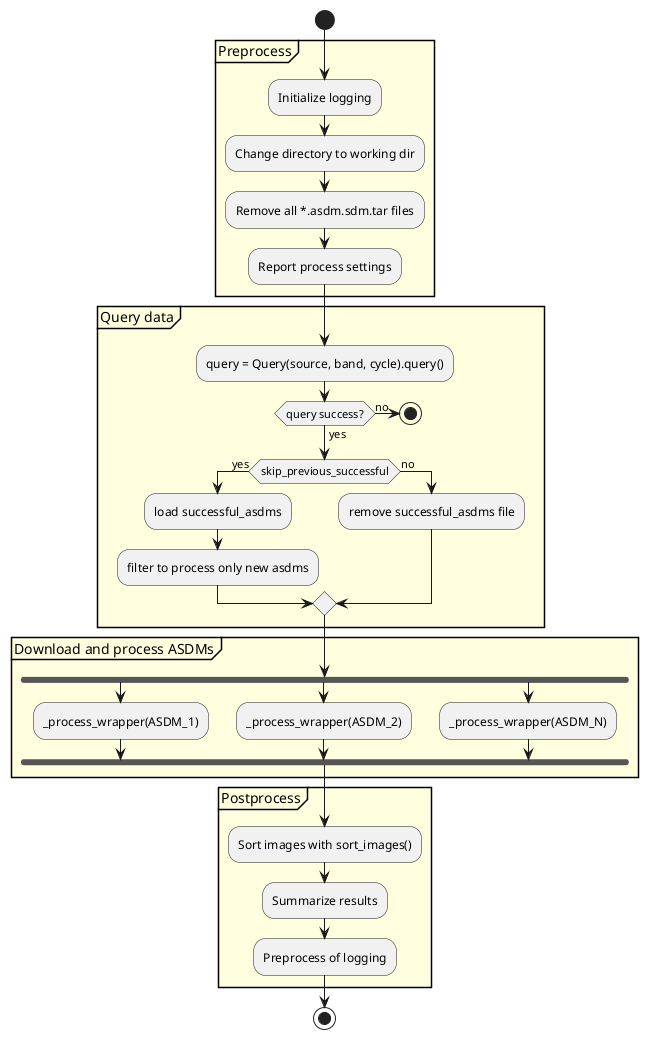
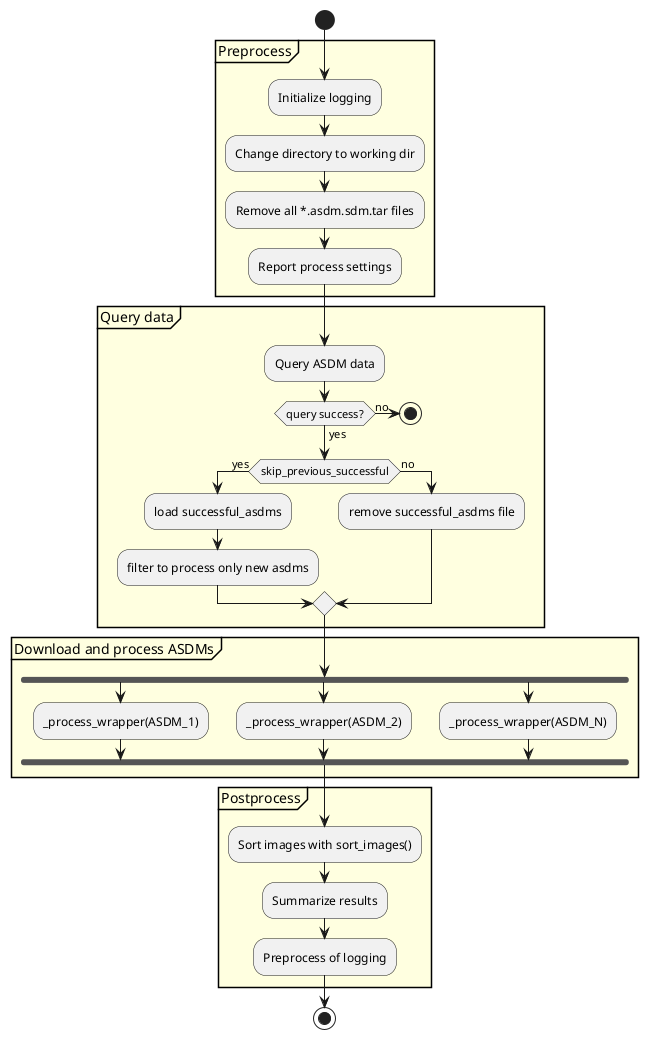
@startuml L4-almaqso.Almaqso.process-activity
start

partition "Preprocess" #LightYellow {
    :Initialize logging;
    :Change directory to working dir;
    :Remove all *.asdm.sdm.tar files;
    :Report process settings;
}
partition "Query data" #LightYellow {
-     :query = Query(source, band, cycle).query();
+     :Query ASDM data;
    if (query success?) then (yes)
    else (no)
        stop
    endif

    if (skip_previous_successful) then (yes)
        :load successful_asdms;
        :filter to process only new asdms;
    else (no)
        :remove successful_asdms file;
    endif
}
partition "Download and process ASDMs" #LightYellow {
    fork
        :_process_wrapper(ASDM_1);
    fork again
        :_process_wrapper(ASDM_2);
    fork again
        :_process_wrapper(ASDM_N);
    end fork
}
partition "Postprocess" #LightYellow {
    :Sort images with sort_images();
    :Summarize results;
    :Preprocess of logging;
}

stop
@enduml
